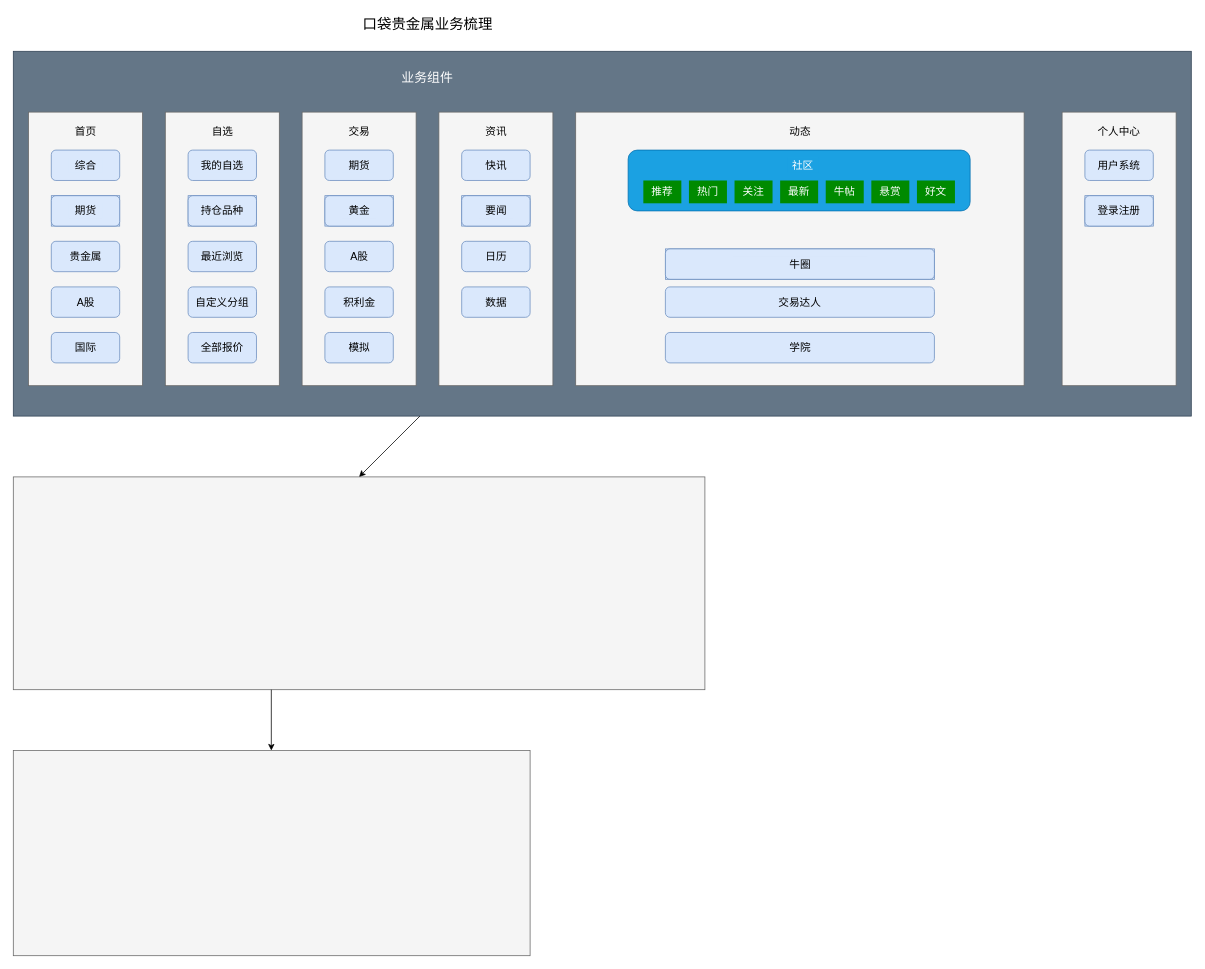
The draw.io diagram 口袋贵金属业务梳理.drawio in CY-0227/YC_Binary_Config, before the edit. Source tidied: cells renumbered, new cells numbered last; positions are measured from the earlier drawing's top-left corner, leaving out a move shared by most shapes. Both pictures are drawn from the tidied source at 76%, with x=0, y=0 at pixel (13, 13).
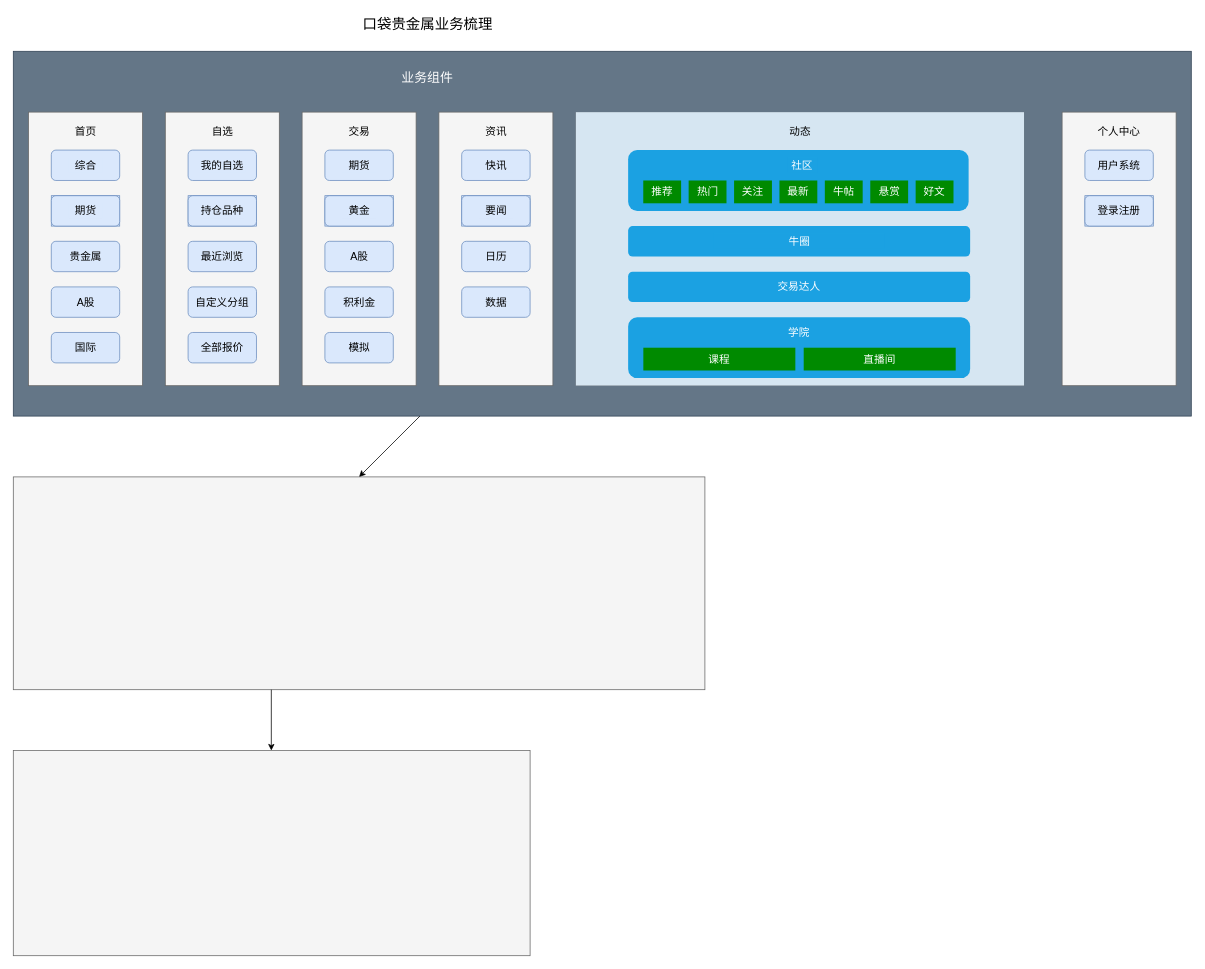
The same diagram, later.

Commit message (it also covers changes not shown here):
更新口袋贵金属业务梳理.drawio

What changed in the source:
```diff
@@
-    <mxCell id="79" style="group;" parent="1" vertex="1">
+    <mxCell id="79" style="group;fillColor=#1B1D1F;strokeColor=none;" parent="1" vertex="1">
       <mxGeometry x="740" y="130" width="590" height="360" as="geometry" />
     </mxCell>
-    <mxCell id="80" style="rounded=0;whiteSpace=wrap;html=1;fontSize=17;fontColor=#333333;fillColor=#f5f5f5;strokeColor=#666666;" parent="79" vertex="1">
+    <mxCell id="80" style="rounded=0;whiteSpace=wrap;html=1;fontSize=17;fillColor=#D6E6F2;strokeColor=none;" parent="79" vertex="1">
       <mxGeometry width="590" height="360" as="geometry" />
     </mxCell>
@@
-    <mxCell id="82" style="group;" parent="79" vertex="1">
-      <mxGeometry x="118" y="290" width="354" height="40" as="geometry" />
-    </mxCell>
-    <mxCell id="83" style="rounded=1;whiteSpace=wrap;html=1;fontSize=14;fillColor=#dae8fc;strokeColor=#6c8ebf;" parent="82" vertex="1">
-      <mxGeometry width="354" height="40" as="geometry" />
-    </mxCell>
-    <mxCell id="84" value="学院" style="text;html=1;strokeColor=none;fillColor=none;align=center;verticalAlign=middle;whiteSpace=wrap;rounded=0;fontSize=14;fontColor=#000000;" parent="82" vertex="1">
-      <mxGeometry x="88.5" y="10" width="177" height="20" as="geometry" />
-    </mxCell>
-    <mxCell id="85" style="group;" parent="79" vertex="1">
-      <mxGeometry x="118" y="230" width="354" height="40" as="geometry" />
-    </mxCell>
-    <mxCell id="86" style="rounded=1;whiteSpace=wrap;html=1;fontSize=14;fillColor=#dae8fc;strokeColor=#6c8ebf;" parent="85" vertex="1">
-      <mxGeometry width="354" height="40" as="geometry" />
-    </mxCell>
-    <mxCell id="87" value="交易达人" style="text;html=1;strokeColor=none;fillColor=none;align=center;verticalAlign=middle;whiteSpace=wrap;rounded=0;fontSize=14;fontColor=#000000;" parent="85" vertex="1">
-      <mxGeometry x="44.3" y="10" width="265.5" height="20" as="geometry" />
-    </mxCell>
-    <mxCell id="88" style="group;fillColor=#dae8fc;strokeColor=#6c8ebf;gradientColor=none;rounded=0;glass=0;" parent="79" vertex="1">
-      <mxGeometry x="118" y="180" width="354" height="40" as="geometry" />
+    <mxCell id="88" style="group;fillColor=#1ba1e2;strokeColor=none;rounded=1;glass=0;fontColor=#ffffff;" parent="79" vertex="1">
+      <mxGeometry x="69" y="150" width="450" height="40" as="geometry" />
     </mxCell>
-    <mxCell id="89" style="rounded=1;whiteSpace=wrap;html=1;fontSize=14;fillColor=#dae8fc;strokeColor=#6c8ebf;" parent="88" vertex="1">
-      <mxGeometry width="354" height="40" as="geometry" />
-    </mxCell>
-    <mxCell id="90" value="牛圈" style="text;html=1;strokeColor=none;fillColor=#dae8fc;align=center;verticalAlign=middle;whiteSpace=wrap;rounded=0;fontSize=14;" parent="88" vertex="1">
-      <mxGeometry x="88.5" y="10" width="177" height="20" as="geometry" />
+    <mxCell id="90" value="牛圈" style="text;html=1;strokeColor=none;fillColor=#1ba1e2;align=center;verticalAlign=middle;whiteSpace=wrap;rounded=0;fontSize=14;fontColor=#ffffff;" parent="88" vertex="1">
+      <mxGeometry x="112.5" y="10" width="225" height="20" as="geometry" />
     </mxCell>
-    <mxCell id="91" style="group;" parent="79" vertex="1">
-      <mxGeometry x="69" y="50" width="452" height="80" as="geometry" />
+    <mxCell id="91" style="group;fillColor=none;" parent="79" vertex="1">
+      <mxGeometry x="69" y="50" width="450" height="80" as="geometry" />
     </mxCell>
-    <mxCell id="92" style="rounded=1;whiteSpace=wrap;html=1;fontSize=14;fillColor=#1ba1e2;strokeColor=#006EAF;fontColor=#ffffff;" parent="91" vertex="1">
-      <mxGeometry width="450" height="80" as="geometry" />
+    <mxCell id="92" style="rounded=1;whiteSpace=wrap;html=1;fontSize=14;fillColor=#1ba1e2;strokeColor=none;fontColor=#ffffff;" parent="91" vertex="1">
+      <mxGeometry width="448" height="80" as="geometry" />
     </mxCell>
     <mxCell id="93" value="社区" style="text;html=1;strokeColor=none;fillColor=#1ba1e2;align=center;verticalAlign=middle;whiteSpace=wrap;rounded=0;fontSize=14;fontColor=#ffffff;spacing=0;" parent="91" vertex="1">
-      <mxGeometry x="210" y="10" width="40" height="20" as="geometry" />
+      <mxGeometry x="209.1" y="10" width="39.8" height="20" as="geometry" />
     </mxCell>
     <mxCell id="94" value="推荐" style="text;html=1;strokeColor=none;fillColor=#008a00;align=center;verticalAlign=middle;whiteSpace=wrap;rounded=0;glass=0;fontSize=14;fontColor=#ffffff;" parent="91" vertex="1">
-      <mxGeometry x="20" y="40" width="50" height="30" as="geometry" />
+      <mxGeometry x="19.9" y="40" width="49.8" height="30" as="geometry" />
     </mxCell>
     <mxCell id="95" value="热门" style="text;html=1;strokeColor=none;fillColor=#008a00;align=center;verticalAlign=middle;whiteSpace=wrap;rounded=0;glass=0;fontSize=14;fontColor=#ffffff;" parent="91" vertex="1">
-      <mxGeometry x="80" y="40" width="50" height="30" as="geometry" />
+      <mxGeometry x="79.6" y="40" width="49.8" height="30" as="geometry" />
     </mxCell>
     <mxCell id="96" value="关注" style="text;html=1;strokeColor=none;fillColor=#008a00;align=center;verticalAlign=middle;whiteSpace=wrap;rounded=0;glass=0;fontSize=14;fontColor=#ffffff;" parent="91" vertex="1">
-      <mxGeometry x="140" y="40" width="50" height="30" as="geometry" />
+      <mxGeometry x="139.4" y="40" width="49.8" height="30" as="geometry" />
     </mxCell>
     <mxCell id="97" value="最新" style="text;html=1;strokeColor=none;fillColor=#008a00;align=center;verticalAlign=middle;whiteSpace=wrap;rounded=0;glass=0;fontSize=14;fontColor=#ffffff;" parent="91" vertex="1">
-      <mxGeometry x="200" y="40" width="50" height="30" as="geometry" />
+      <mxGeometry x="199.1" y="40" width="49.8" height="30" as="geometry" />
     </mxCell>
     <mxCell id="98" value="牛帖" style="text;html=1;strokeColor=none;fillColor=#008a00;align=center;verticalAlign=middle;whiteSpace=wrap;rounded=0;glass=0;fontSize=14;fontColor=#ffffff;" parent="91" vertex="1">
-      <mxGeometry x="260" y="40" width="50" height="30" as="geometry" />
+      <mxGeometry x="258.8" y="40" width="49.8" height="30" as="geometry" />
     </mxCell>
     <mxCell id="99" value="悬赏" style="text;html=1;strokeColor=none;fillColor=#008a00;align=center;verticalAlign=middle;whiteSpace=wrap;rounded=0;glass=0;fontSize=14;fontColor=#ffffff;" parent="91" vertex="1">
-      <mxGeometry x="320" y="40" width="50" height="30" as="geometry" />
+      <mxGeometry x="318.6" y="40" width="49.8" height="30" as="geometry" />
     </mxCell>
     <mxCell id="100" value="好文" style="text;html=1;strokeColor=none;fillColor=#008a00;align=center;verticalAlign=middle;whiteSpace=wrap;rounded=0;glass=0;fontSize=14;fontColor=#ffffff;" parent="91" vertex="1">
-      <mxGeometry x="380" y="40" width="50" height="30" as="geometry" />
+      <mxGeometry x="378.3" y="40" width="49.8" height="30" as="geometry" />
     </mxCell>
+    <mxCell id="85" style="group;" parent="79" vertex="1">
+      <mxGeometry x="69" y="210" width="450" height="40" as="geometry" />
+    </mxCell>
+    <mxCell id="86" style="rounded=1;whiteSpace=wrap;html=1;fontSize=14;fillColor=#1ba1e2;strokeColor=none;fontColor=#ffffff;" parent="85" vertex="1">
+      <mxGeometry width="450" height="40" as="geometry" />
+    </mxCell>
+    <mxCell id="87" value="交易达人" style="text;html=1;strokeColor=none;fillColor=none;align=center;verticalAlign=middle;whiteSpace=wrap;rounded=0;fontSize=14;fontColor=#FFFFFF;" parent="85" vertex="1">
+      <mxGeometry x="56.2" y="10" width="337.5" height="20" as="geometry" />
+    </mxCell>
+    <mxCell id="82" style="group;" parent="79" vertex="1">
+      <mxGeometry x="69" y="270" width="450" height="80" as="geometry" />
+    </mxCell>
+    <mxCell id="83" style="rounded=1;whiteSpace=wrap;html=1;fontSize=14;fillColor=#1ba1e2;strokeColor=none;fontColor=#ffffff;" parent="82" vertex="1">
+      <mxGeometry width="450" height="80" as="geometry" />
+    </mxCell>
+    <mxCell id="84" value="学院" style="text;html=1;strokeColor=none;fillColor=none;align=center;verticalAlign=middle;whiteSpace=wrap;rounded=0;fontSize=14;fontColor=#FFFFFF;" parent="82" vertex="1">
+      <mxGeometry x="205" y="10" width="39.9" height="20" as="geometry" />
+    </mxCell>
+    <mxCell id="110" value="课程" style="text;html=1;strokeColor=none;fillColor=#008a00;align=center;verticalAlign=middle;whiteSpace=wrap;rounded=0;glass=0;fontSize=14;fontColor=#ffffff;" parent="82" vertex="1">
+      <mxGeometry x="20" y="40" width="200" height="30" as="geometry" />
+    </mxCell>
+    <mxCell id="111" value="直播间" style="text;html=1;strokeColor=none;fillColor=#008a00;align=center;verticalAlign=middle;whiteSpace=wrap;rounded=0;glass=0;fontSize=14;fontColor=#ffffff;" parent="82" vertex="1">
+      <mxGeometry x="231" y="40" width="200" height="30" as="geometry" />
+    </mxCell>
```
